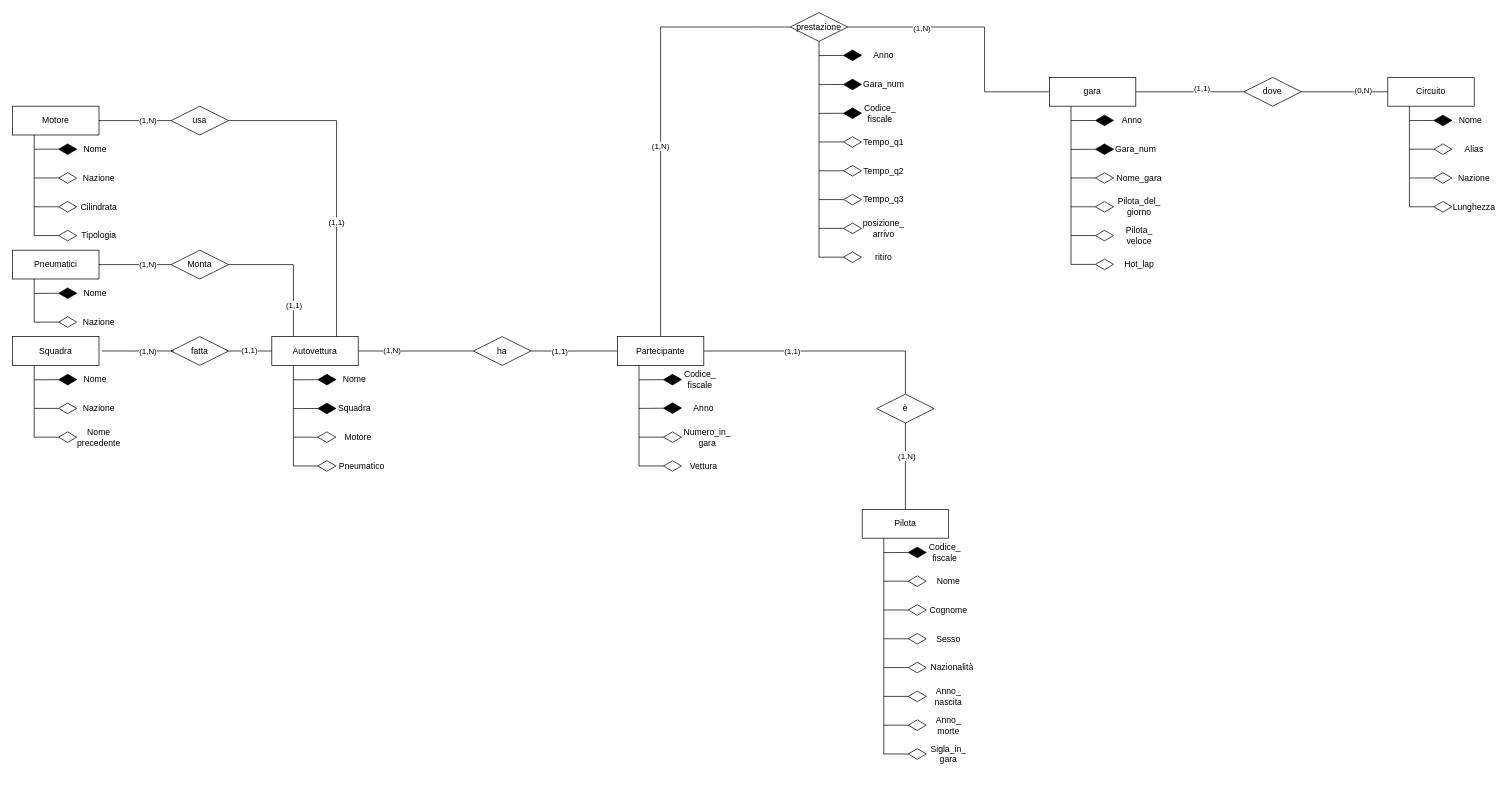
This is Schema Logico.drawio from checco296/ProgettoBasi, a draw.io file, before an edit. Source tidied: cells renumbered, new cells numbered last; positions are measured from the earlier drawing's top-left corner, leaving out a move shared by most shapes. Both pictures are drawn from the tidied source at 72%, with x=0, y=0 at pixel (12, 12).
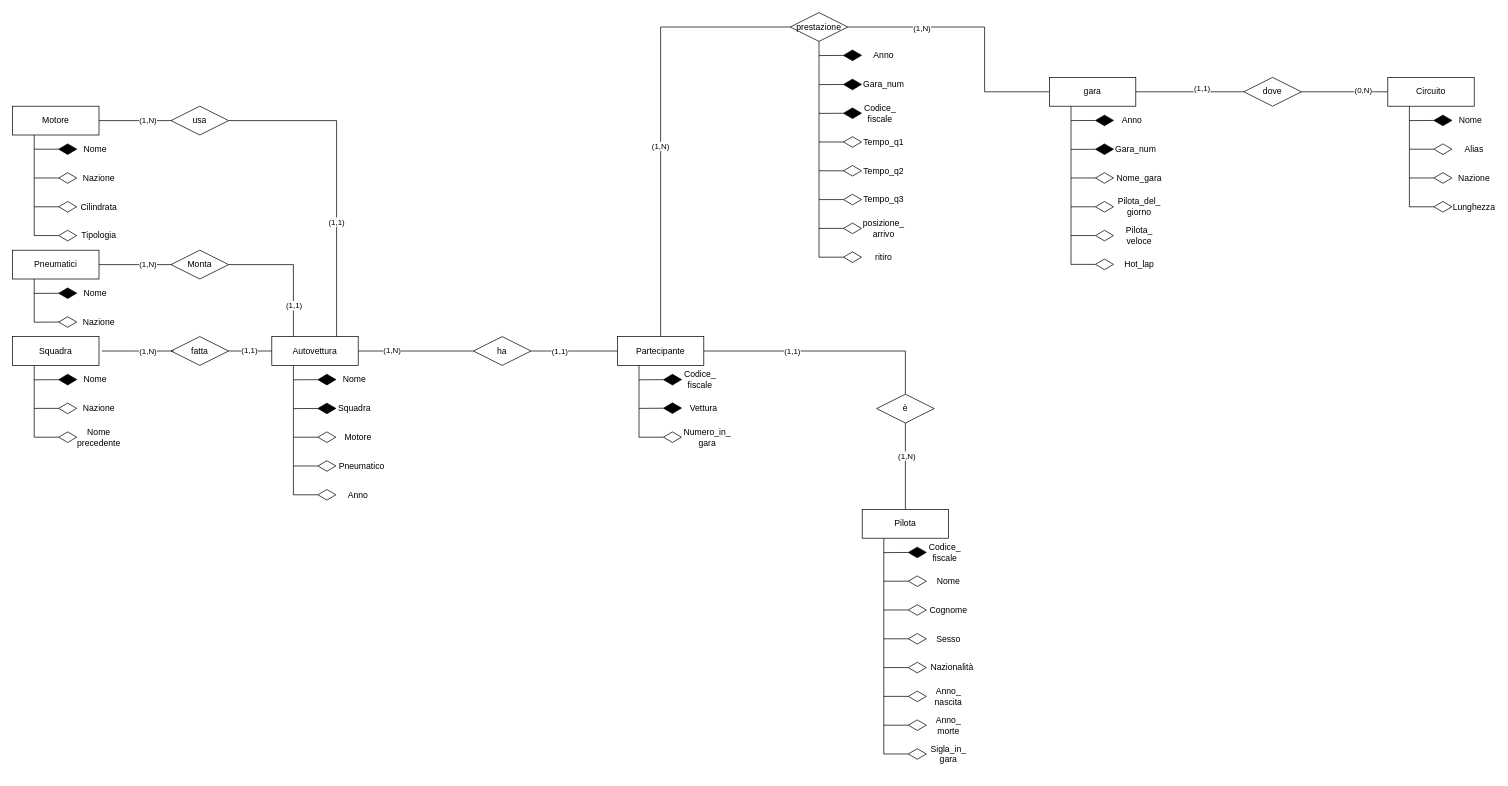
The same diagram, later.

The change refers to these unchanged cells:
```xml
<mxCell id="22" value="Autovettura" style="rounded=0;whiteSpace=wrap;html=1;" parent="1" vertex="1">
  <mxGeometry x="360" y="450" width="120" height="40" as="geometry" />
</mxCell>
<mxCell id="88" style="group;" parent="1" vertex="1">
  <mxGeometry x="840" y="450" width="160" height="200" as="geometry" />
</mxCell>
<mxCell id="89" value="Partecipante" style="rounded=0;whiteSpace=wrap;html=1;" parent="88" vertex="1">
  <mxGeometry width="120" height="40" as="geometry" />
</mxCell>
```

The edit, as a diff of the source:
```diff
@@
     <mxCell id="62" style="endArrow=none;html=1;rounded=0;entryX=0.25;entryY=1;entryDx=0;entryDy=0;" parent="1" edge="1" target="22">
       <mxGeometry relative="1" as="geometry">
-        <mxPoint x="390" y="630" as="sourcePoint" />
+        <mxPoint x="390" y="670" as="sourcePoint" />
       </mxGeometry>
     </mxCell>
@@
     <mxCell id="92" style="endArrow=none;html=1;rounded=0;entryX=0.25;entryY=1;entryDx=0;entryDy=0;" parent="88" edge="1" target="89">
       <mxGeometry relative="1" as="geometry">
-        <mxPoint x="30" y="180" as="sourcePoint" />
+        <mxPoint x="30" y="140" as="sourcePoint" />
       </mxGeometry>
     </mxCell>
-    <mxCell id="93" value="Anno" style="text;html=1;strokeColor=none;fillColor=none;align=center;verticalAlign=middle;whiteSpace=wrap;rounded=0;" parent="88" vertex="1">
-      <mxGeometry x="90" y="80" width="60" height="40" as="geometry" />
-    </mxCell>
@@
-    <mxCell id="96" style="endArrow=diamondThin;endFill=0;endSize=24;html=1;rounded=0;" parent="88" edge="1">
-      <mxGeometry relative="1" as="geometry">
-        <mxPoint x="30" y="179.7" as="sourcePoint" />
-        <mxPoint x="90" y="179.7" as="targetPoint" />
-      </mxGeometry>
-    </mxCell>
     <mxCell id="97" value="Vettura" style="text;html=1;strokeColor=none;fillColor=none;align=center;verticalAlign=middle;whiteSpace=wrap;rounded=0;" parent="88" vertex="1">
-      <mxGeometry x="90" y="160" width="60" height="40" as="geometry" />
+      <mxGeometry x="90" y="80" width="60" height="40" as="geometry" />
     </mxCell>
@@
+    <mxCell id="96" style="endArrow=diamondThin;endFill=0;endSize=24;html=1;rounded=0;" parent="1" edge="1">
+      <mxGeometry relative="1" as="geometry">
+        <mxPoint x="390" y="669.7" as="sourcePoint" />
+        <mxPoint x="450" y="669.7" as="targetPoint" />
+      </mxGeometry>
+    </mxCell>
+    <mxCell id="93" value="Anno" style="text;html=1;strokeColor=none;fillColor=none;align=center;verticalAlign=middle;whiteSpace=wrap;rounded=0;" parent="1" vertex="1">
+      <mxGeometry x="450" y="650" width="60" height="40" as="geometry" />
+    </mxCell>
```
